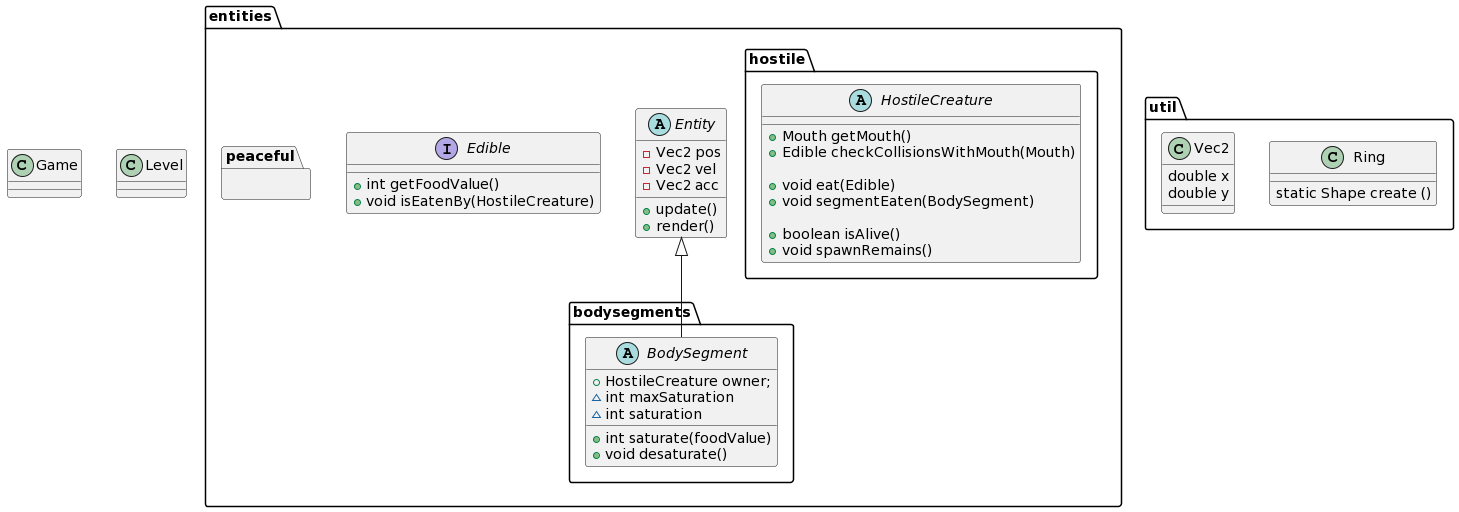
Earlier version of the PlantUML export docs/spec/classdiagram.png (gb999/flOw).
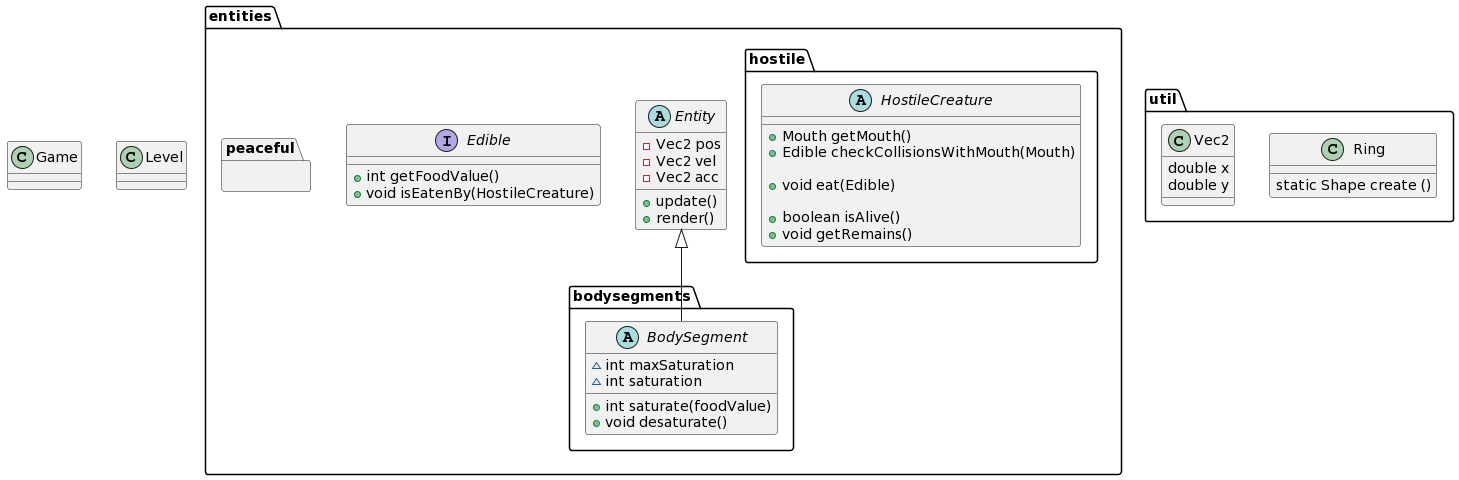
Later version of the same file.

Commit message:
clarified class diagram

Change to the diagram source:
```diff
@@ -17,7 +17,6 @@
 
 package entities.bodysegments {
     abstract BodySegment extends entities.Entity {
-        + HostileCreature owner;
         ~ int maxSaturation
         ~ int saturation
         + int saturate(foodValue)
@@ -32,12 +31,9 @@
         + Edible checkCollisionsWithMouth(Mouth)
 
         + void eat(Edible)
-        + void segmentEaten(BodySegment)
 
         + boolean isAlive()
-        + void spawnRemains()
-
-
+        + void getRemains()
     }
 }
 
```
